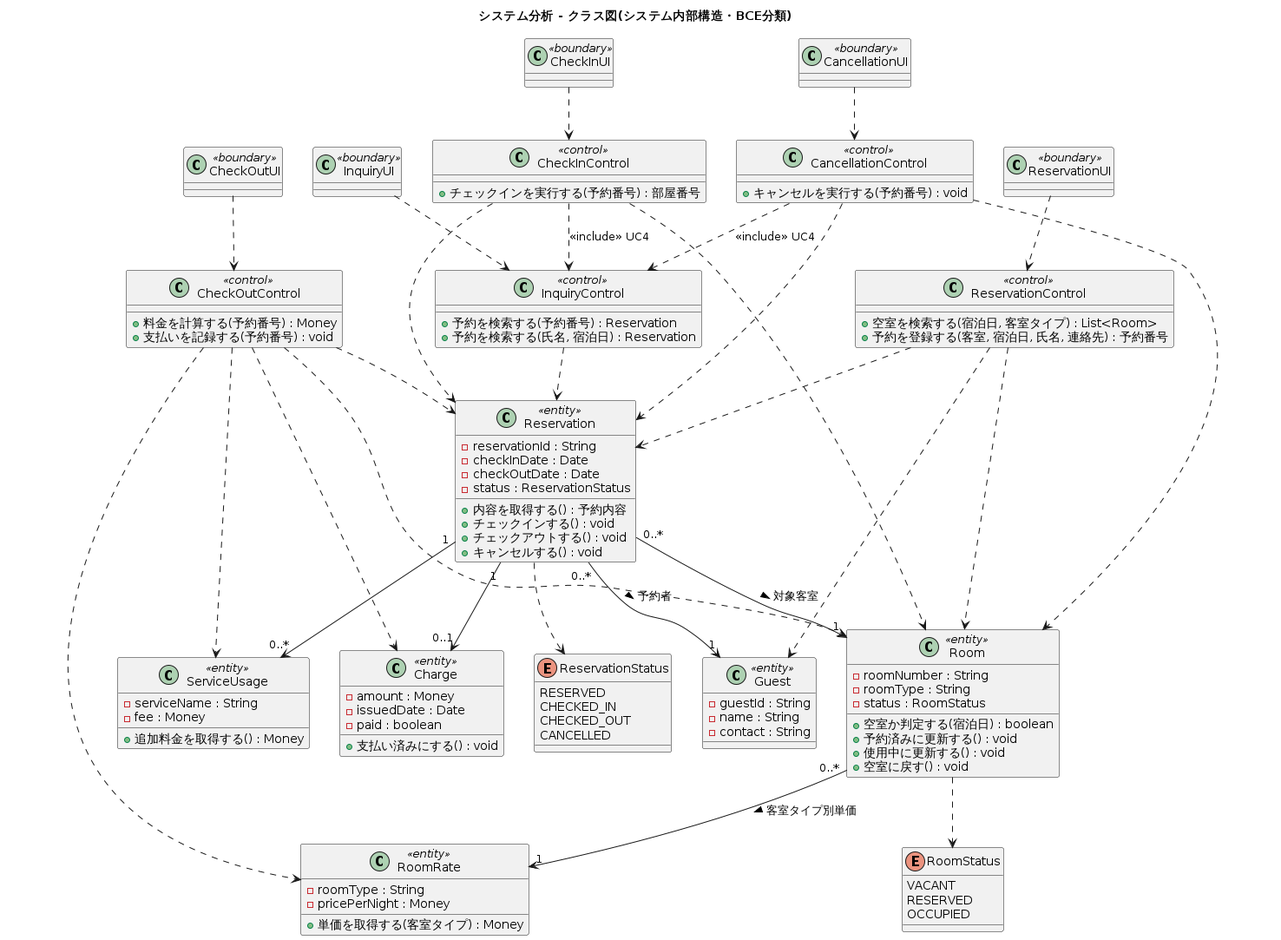
The PlantUML diagram docs/uml/images/system_class_diagram.png in doguto/waseda-hrs, before a commit. Its diagram source:
```plantuml
@startuml system_class_diagram
title システム分析 - クラス図(システム内部構造・BCE分類)


class ReservationUI <<boundary>>
class InquiryUI <<boundary>>
class CheckInUI <<boundary>>
class CheckOutUI <<boundary>>
class CancellationUI <<boundary>>

class ReservationControl <<control>> {
  +空室を検索する(宿泊日, 客室タイプ) : List<Room>
  +予約を登録する(客室, 宿泊日, 氏名, 連絡先) : 予約番号
}
class InquiryControl <<control>> {
  +予約を検索する(予約番号) : Reservation
  +予約を検索する(氏名, 宿泊日) : Reservation
}
class CheckInControl <<control>> {
  +チェックインを実行する(予約番号) : 部屋番号
}
class CheckOutControl <<control>> {
  +料金を計算する(予約番号) : Money
  +支払いを記録する(予約番号) : void
}
class CancellationControl <<control>> {
  +キャンセルを実行する(予約番号) : void
}

class Guest <<entity>> {
  -guestId : String
  -name : String
  -contact : String
}
class Reservation <<entity>> {
  -reservationId : String
  -checkInDate : Date
  -checkOutDate : Date
  -status : ReservationStatus
  +内容を取得する() : 予約内容
  +チェックインする() : void
  +チェックアウトする() : void
  +キャンセルする() : void
}
class Room <<entity>> {
  -roomNumber : String
  -roomType : String
  -status : RoomStatus
  +空室か判定する(宿泊日) : boolean
  +予約済みに更新する() : void
  +使用中に更新する() : void
  +空室に戻す() : void
}
class RoomRate <<entity>> {
  -roomType : String
  -pricePerNight : Money
  +単価を取得する(客室タイプ) : Money
}
class ServiceUsage <<entity>> {
  -serviceName : String
  -fee : Money
  +追加料金を取得する() : Money
}
class Charge <<entity>> {
  -amount : Money
  -issuedDate : Date
  -paid : boolean
  +支払い済みにする() : void
}

enum RoomStatus {
  VACANT
  RESERVED
  OCCUPIED
}
enum ReservationStatus {
  RESERVED
  CHECKED_IN
  CHECKED_OUT
  CANCELLED
}

Reservation "0..*" --> "1" Guest : 予約者 >
Reservation "0..*" --> "1" Room : 対象客室 >
Reservation "1" --> "0..1" Charge
Reservation "1" --> "0..*" ServiceUsage
Room "0..*" --> "1" RoomRate : 客室タイプ別単価 >
Room ..> RoomStatus
Reservation ..> ReservationStatus

ReservationUI ..> ReservationControl
InquiryUI ..> InquiryControl
CheckInUI ..> CheckInControl
CheckOutUI ..> CheckOutControl
CancellationUI ..> CancellationControl

CheckInControl ..> InquiryControl : <<include>> UC4
CancellationControl ..> InquiryControl : <<include>> UC4

ReservationControl ..> Room
ReservationControl ..> Guest
ReservationControl ..> Reservation
InquiryControl ..> Reservation
CheckInControl ..> Reservation
CheckInControl ..> Room
CheckOutControl ..> Reservation
CheckOutControl ..> RoomRate
CheckOutControl ..> ServiceUsage
CheckOutControl ..> Charge
CheckOutControl ..> Room
CancellationControl ..> Reservation
CancellationControl ..> Room

@enduml
```
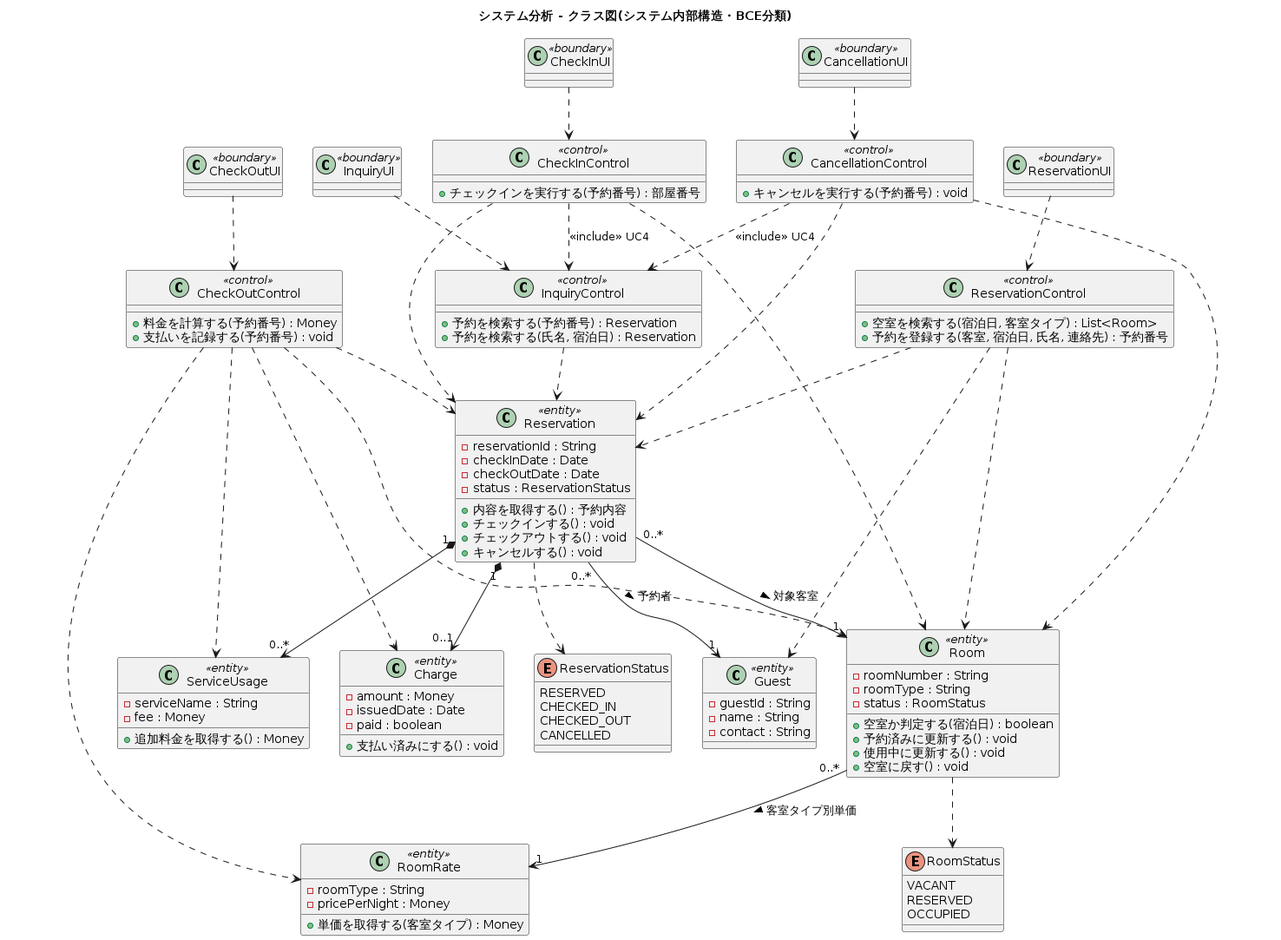
After the commit.

Commit message:
docs(uml): Reservation—Charge / ServiceUsage を合成集約に変更

What changed in the source:
```diff
@@ -82,8 +82,8 @@
 
 Reservation "0..*" --> "1" Guest : 予約者 >
 Reservation "0..*" --> "1" Room : 対象客室 >
-Reservation "1" --> "0..1" Charge
-Reservation "1" --> "0..*" ServiceUsage
+Reservation "1" *--> "0..1" Charge
+Reservation "1" *--> "0..*" ServiceUsage
 Room "0..*" --> "1" RoomRate : 客室タイプ別単価 >
 Room ..> RoomStatus
 Reservation ..> ReservationStatus
```
